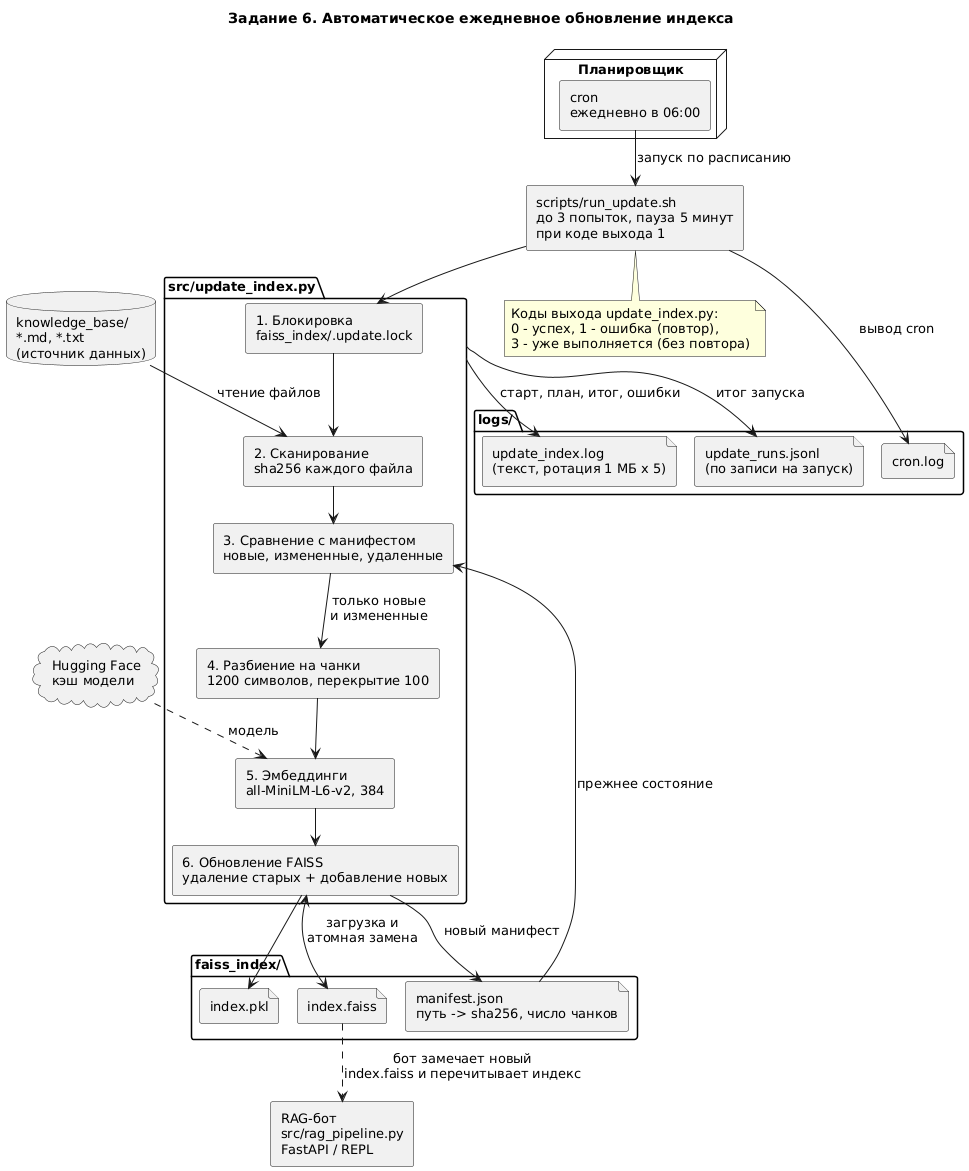
Above: docs/diagrams/task6_architecture.png in alexruek/architecture-pro-quantumforge (PlantUML), before the change. Its diagram source:
```plantuml
@startuml task6_architecture
!pragma layout smetana
title Задание 6. Автоматическое ежедневное обновление индекса

skinparam shadowing false
skinparam componentStyle rectangle
skinparam defaultFontSize 13

database "knowledge_base/\n*.md, *.txt\n(источник данных)" as KB

node "Планировщик" as Sched {
  [cron\nежедневно в 06:00] as Cron
}

component "scripts/run_update.sh\nдо 3 попыток, пауза 5 минут\nпри коде выхода 1" as Wrapper

package "src/update_index.py" as Upd {
  [1. Блокировка\nfaiss_index/.update.lock] as Lock
  [2. Сканирование\nsha256 каждого файла] as Scan
  [3. Сравнение с манифестом\nновые, измененные, удаленные] as Diff
  [4. Разбиение на чанки\n1200 символов, перекрытие 100] as Chunk
  [5. Эмбеддинги\nall-MiniLM-L6-v2, 384] as Embed
  [6. Обновление FAISS\nудаление старых + добавление новых] as Upsert
}

cloud "Hugging Face\nкэш модели" as HF

folder "faiss_index/" as Index {
  file "index.faiss" as IF
  file "index.pkl" as IP
  file "manifest.json\nпуть -> sha256, число чанков" as MF
}

folder "logs/" as Logs {
  file "update_index.log\n(текст, ротация 1 МБ x 5)" as L1
  file "update_runs.jsonl\n(по записи на запуск)" as L2
  file "cron.log" as L3
}

component "RAG-бот\nsrc/rag_pipeline.py\nFastAPI / REPL" as Bot

Cron --> Wrapper : запуск по расписанию
Wrapper --> Lock
Lock --> Scan
KB --> Scan : чтение файлов
Scan --> Diff
MF --> Diff : прежнее состояние
Diff --> Chunk : только новые\nи измененные
Chunk --> Embed
HF ..> Embed : модель
Embed --> Upsert
IF <--> Upsert : загрузка и\nатомная замена
Upsert --> IP
Upsert --> MF : новый манифест
Upd --> L1 : старт, план, итог, ошибки
Upd --> L2 : итог запуска
Wrapper --> L3 : вывод cron
IF ..> Bot : бот замечает новый\nindex.faiss и перечитывает индекс

note bottom of Wrapper
  Коды выхода update_index.py:
  0 - успех, 1 - ошибка (повтор),
  3 - уже выполняется (без повтора)
end note

@enduml
```
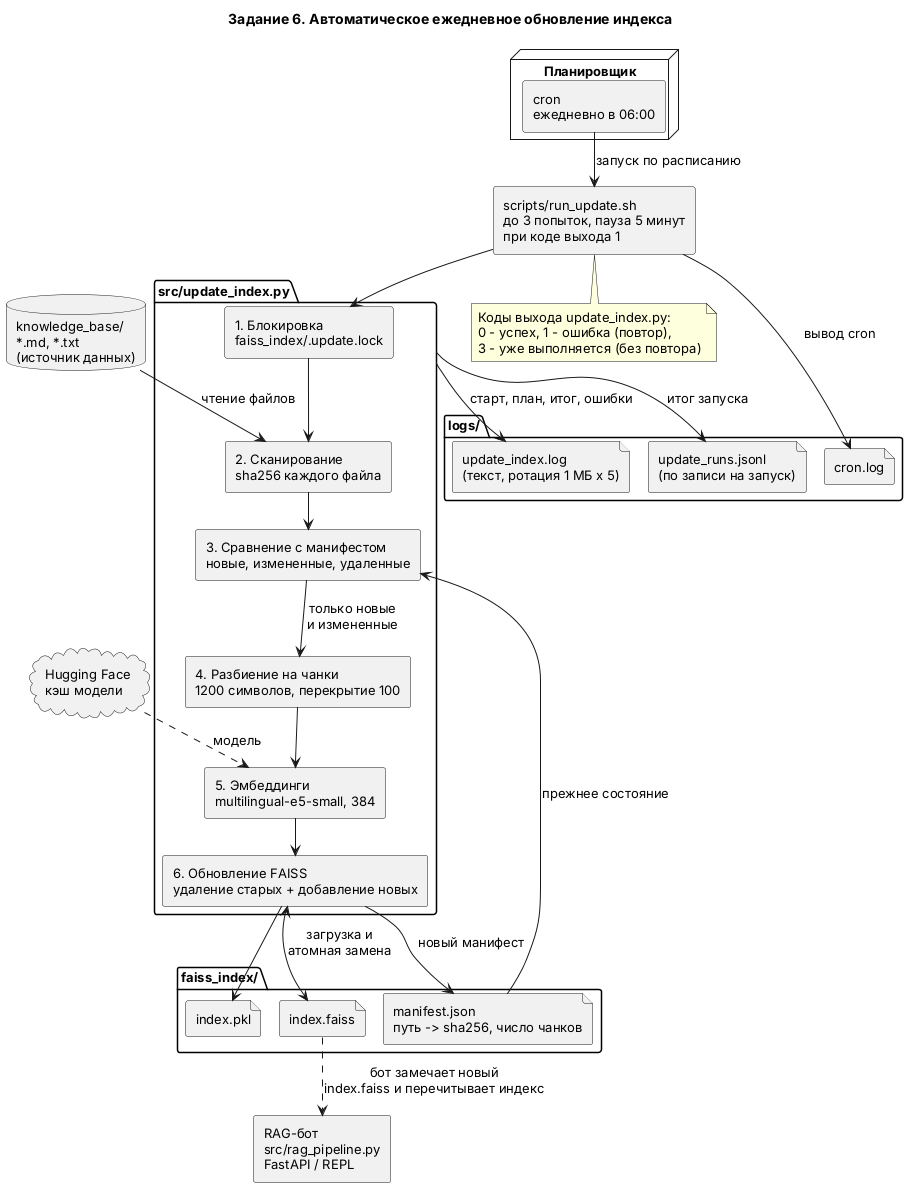
After the change.

What changed in the source:
```diff
@@ -19,7 +19,7 @@
   [2. Сканирование\nsha256 каждого файла] as Scan
   [3. Сравнение с манифестом\nновые, измененные, удаленные] as Diff
   [4. Разбиение на чанки\n1200 символов, перекрытие 100] as Chunk
-  [5. Эмбеддинги\nall-MiniLM-L6-v2, 384] as Embed
+  [5. Эмбеддинги\nmultilingual-e5-small, 384] as Embed
   [6. Обновление FAISS\nудаление старых + добавление новых] as Upsert
 }
 
```
